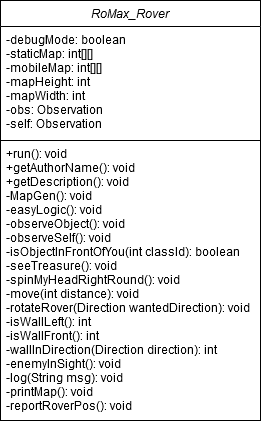
M4XB/RBC keeps this draw.io diagram as UML/ClassDiagramm.png. Above is the earlier version. Source tidied: cells renumbered, new cells last; positions are measured from the earlier drawing's top-left corner, leaving out a move shared by most shapes.
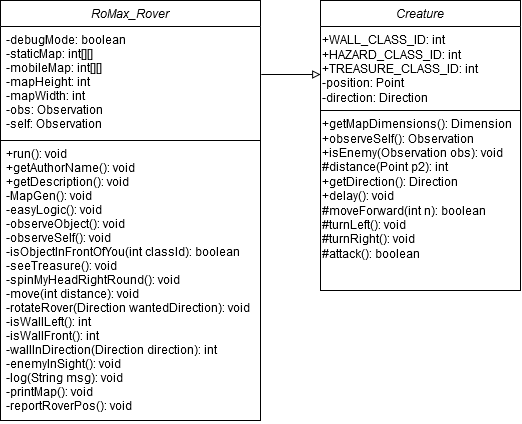
After the change.

Commit message:
completed ClassDiagramm

What changed in the source:
```diff
@@ -17,5 +17,20 @@
         <mxPoint y="140" as="targetPoint" />
       </mxGeometry>
     </mxCell>
+    <mxCell id="6" value="Creature" style="swimlane;fontStyle=2;align=center;verticalAlign=top;horizontal=1;startSize=26;rounded=0;shadow=0;strokeWidth=1;" parent="1" vertex="1">
+      <mxGeometry x="320" width="200" height="290" as="geometry" />
+    </mxCell>
+    <mxCell id="7" value="&lt;div&gt;+WALL_CLASS_ID: int&lt;/div&gt;&lt;div&gt;+HAZARD_CLASS_ID: int&lt;/div&gt;&lt;div&gt;+TREASURE_CLASS_ID: int&lt;/div&gt;&lt;div&gt;-position: Point&lt;/div&gt;&lt;div&gt;-direction: Direction&lt;/div&gt;&lt;div&gt;&lt;br&gt;&lt;/div&gt;" style="text;html=1;strokeColor=none;fillColor=none;align=left;verticalAlign=top;whiteSpace=wrap;rounded=0;" parent="6" vertex="1">
+      <mxGeometry y="26" width="200" height="84" as="geometry" />
+    </mxCell>
+    <mxCell id="8" value="&lt;div&gt;+getMapDimensions(): Dimension&lt;/div&gt;&lt;div&gt;+observeSelf(): Observation&lt;/div&gt;&lt;div&gt;+isEnemy(Observation obs): void&lt;/div&gt;&lt;div&gt;#distance(Point p2): int&lt;/div&gt;&lt;div&gt;+getDirection(): Direction&lt;/div&gt;&lt;div&gt;+delay(): void&lt;/div&gt;&lt;div&gt;#moveForward(int n): boolean&lt;/div&gt;&lt;div&gt;#turnLeft(): void&lt;/div&gt;&lt;div&gt;#turnRight(): void&lt;/div&gt;&lt;div&gt;#attack(): boolean&lt;br&gt;&lt;/div&gt;" style="text;html=1;strokeColor=none;fillColor=none;align=left;verticalAlign=top;whiteSpace=wrap;rounded=0;" parent="6" vertex="1">
+      <mxGeometry y="110" width="200" height="180" as="geometry" />
+    </mxCell>
+    <mxCell id="9" style="endArrow=none;html=1;exitX=0;exitY=0;exitDx=0;exitDy=0;entryX=1;entryY=0;entryDx=0;entryDy=0;" parent="6" edge="1" source="8" target="8">
+      <mxGeometry relative="1" as="geometry" />
+    </mxCell>
+    <mxCell id="10" style="endArrow=block;html=1;endFill=0;exitX=1.003;exitY=0.421;exitDx=0;exitDy=0;exitPerimeter=0;entryX=0.001;entryY=0.571;entryDx=0;entryDy=0;entryPerimeter=0;" parent="1" edge="1" source="3" target="7">
+      <mxGeometry relative="1" as="geometry" />
+    </mxCell>
   </root>
 </mxGraphModel>
```
